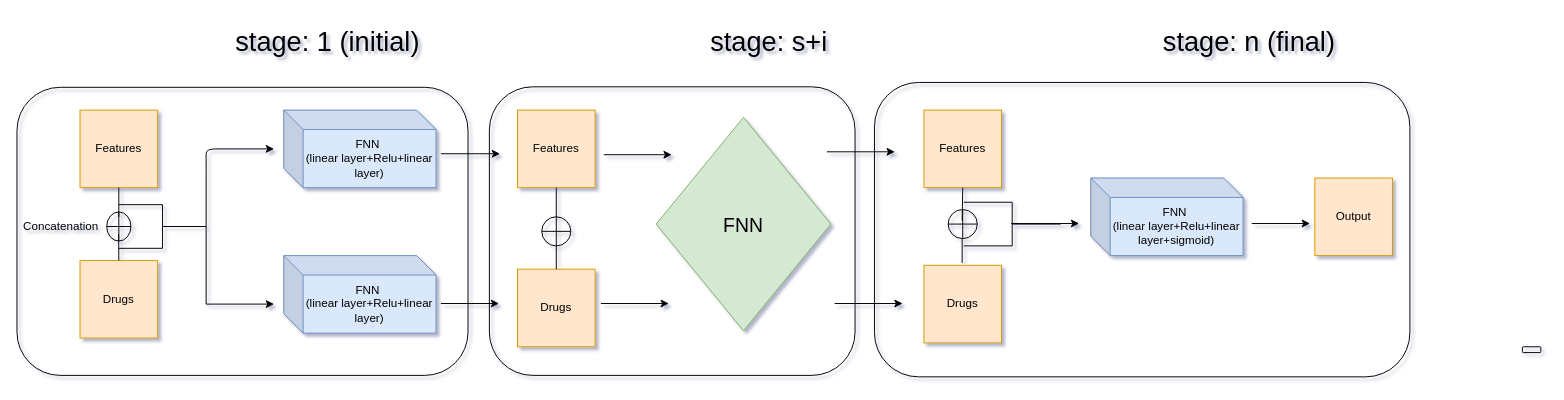
This is page "pipeline" (7 of 9) of mimic3/visualize/visualize.drawio from karen-gishyan/project, a draw.io file, before an edit. Source tidied: cells renumbered, new cells numbered last; positions are measured from the earlier drawing's top-left corner, leaving out a move shared by most shapes. Both pictures are drawn from the tidied source at 97%, with x=0, y=0 at pixel (16, 19).
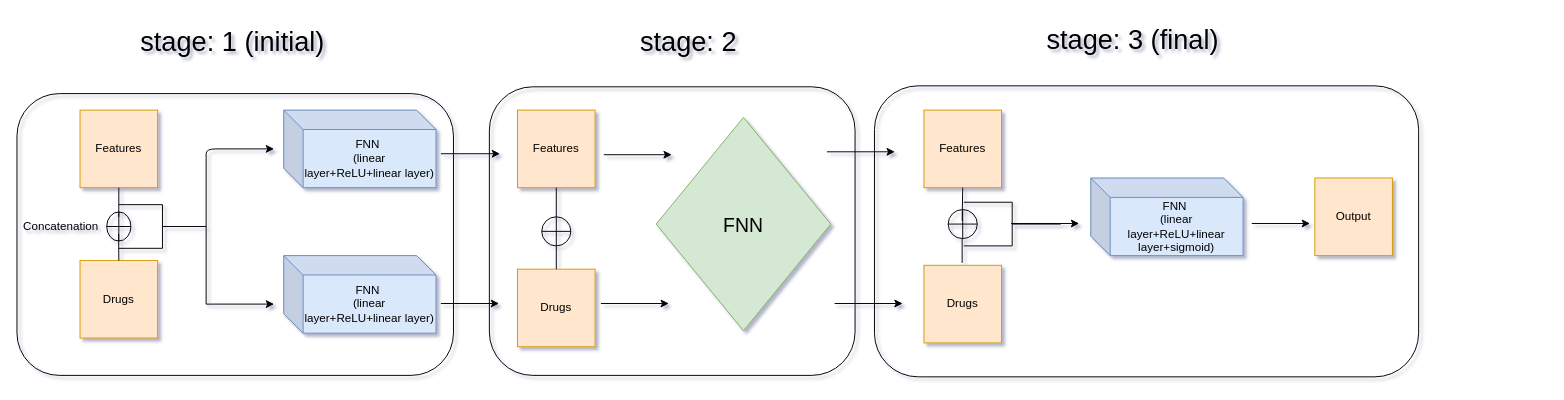
The same page after the edit.

Commit message (it also covers changes not shown here):
change in multistage pipeline block names and image addition.

Diff of the diagram source:
```diff
@@
-    <mxCell id="8" value="FNN&amp;nbsp;&lt;br&gt;(linear layer+Relu+linear layer)" style="shape=cube;whiteSpace=wrap;html=1;boundedLbl=1;backgroundOutline=1;darkOpacity=0.05;darkOpacity2=0.1;fillColor=#dae8fc;strokeColor=#6c8ebf;" parent="1" vertex="1">
+    <mxCell id="8" value="FNN&amp;nbsp;&lt;br&gt;(linear layer+ReLU+linear layer)" style="shape=cube;whiteSpace=wrap;html=1;boundedLbl=1;backgroundOutline=1;darkOpacity=0.05;darkOpacity2=0.1;fillColor=#dae8fc;strokeColor=#6c8ebf;" parent="1" vertex="1">
       <mxGeometry x="275" y="93" width="157" height="80" as="geometry" />
     </mxCell>
@@
     <mxCell id="17" value="stage: 1 (initial)" style="text;html=1;align=center;verticalAlign=middle;fillColor=none;strokeColor=none;rounded=0;shadow=0;fontSize=28;" parent="1" vertex="1">
-      <mxGeometry x="216" width="208" height="46" as="geometry" />
+      <mxGeometry x="117.5" width="208" height="46" as="geometry" />
     </mxCell>
@@
-    <mxCell id="19" value="FNN&amp;nbsp;&lt;br style=&quot;border-color: var(--border-color);&quot;&gt;(linear layer+Relu+linear layer+sigmoid)" style="shape=cube;whiteSpace=wrap;html=1;boundedLbl=1;backgroundOutline=1;darkOpacity=0.05;darkOpacity2=0.1;fillColor=#dae8fc;strokeColor=#6c8ebf;" parent="1" vertex="1">
+    <mxCell id="19" value="FNN&amp;nbsp;&lt;br style=&quot;border-color: var(--border-color);&quot;&gt;(linear layer+ReLU+linear layer+sigmoid)" style="shape=cube;whiteSpace=wrap;html=1;boundedLbl=1;backgroundOutline=1;darkOpacity=0.05;darkOpacity2=0.1;fillColor=#dae8fc;strokeColor=#6c8ebf;" parent="1" vertex="1">
       <mxGeometry x="1107" y="163" width="157" height="80" as="geometry" />
     </mxCell>
@@
-    <mxCell id="34" value="stage: s+i" style="text;html=1;align=center;verticalAlign=middle;fillColor=none;strokeColor=none;rounded=0;shadow=0;fontSize=28;" parent="1" vertex="1">
-      <mxGeometry x="705" y="3" width="140" height="40" as="geometry" />
+    <mxCell id="34" value="stage: 2" style="text;html=1;align=center;verticalAlign=middle;fillColor=none;strokeColor=none;rounded=0;shadow=0;fontSize=28;" parent="1" vertex="1">
+      <mxGeometry x="633" width="118" height="46" as="geometry" />
     </mxCell>
-    <mxCell id="35" value="stage: n (final)" style="text;html=1;align=center;verticalAlign=middle;fillColor=none;strokeColor=none;rounded=0;shadow=0;fontSize=28;" parent="1" vertex="1">
-      <mxGeometry x="1175" y="3" width="190" height="40" as="geometry" />
+    <mxCell id="35" value="stage: 3 (final)" style="text;html=1;align=center;verticalAlign=middle;fillColor=none;strokeColor=none;rounded=0;shadow=0;fontSize=28;" parent="1" vertex="1">
+      <mxGeometry x="1052" y="-3" width="195" height="46" as="geometry" />
     </mxCell>
-    <mxCell id="36" style="rounded=1;whiteSpace=wrap;html=1;fontSize=20;fillColor=none;" parent="1" vertex="1">
-      <mxGeometry x="1552" y="337" width="19" height="6" as="geometry" />
-    </mxCell>
-    <mxCell id="37" value="FNN&amp;nbsp;&lt;br&gt;(linear layer+Relu+linear layer)" style="shape=cube;whiteSpace=wrap;html=1;boundedLbl=1;backgroundOutline=1;darkOpacity=0.05;darkOpacity2=0.1;fillColor=#dae8fc;strokeColor=#6c8ebf;" parent="1" vertex="1">
+    <mxCell id="37" value="FNN&amp;nbsp;&lt;br&gt;(linear layer+ReLU+linear layer)" style="shape=cube;whiteSpace=wrap;html=1;boundedLbl=1;backgroundOutline=1;darkOpacity=0.05;darkOpacity2=0.1;fillColor=#dae8fc;strokeColor=#6c8ebf;" parent="1" vertex="1">
       <mxGeometry x="275" y="243" width="157" height="80" as="geometry" />
     </mxCell>
@@
     <mxCell id="40" style="rounded=1;whiteSpace=wrap;html=1;labelBackgroundColor=none;fillColor=none;" parent="1" vertex="1">
-      <mxGeometry y="69.5" width="465" height="297" as="geometry" />
+      <mxGeometry y="76" width="450" height="290.5" as="geometry" />
     </mxCell>
@@
     <mxCell id="42" style="rounded=1;whiteSpace=wrap;html=1;labelBackgroundColor=none;fillColor=none;" parent="1" vertex="1">
-      <mxGeometry x="884" y="64.5" width="552" height="303.5" as="geometry" />
+      <mxGeometry x="884" y="68" width="561" height="300" as="geometry" />
     </mxCell>
```
